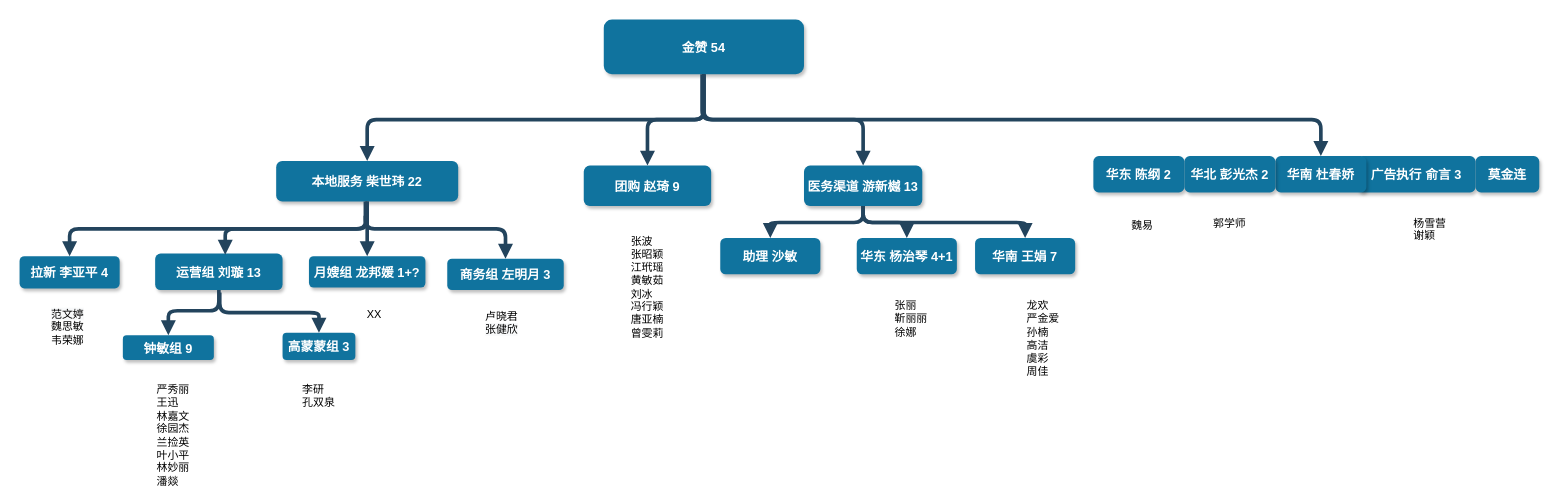
wholehope/diagram keeps this draw.io diagram as page "辣妈帮" (1 of 2) of reorg-2021Feb.drawio. Above is the earlier version. Source tidied: cells renumbered, new cells numbered last; positions are measured from the earlier drawing's top-left corner, leaving out a move shared by most shapes. Both pictures are drawn from the tidied source at 91%, with x=0, y=0 at pixel (19, 19).
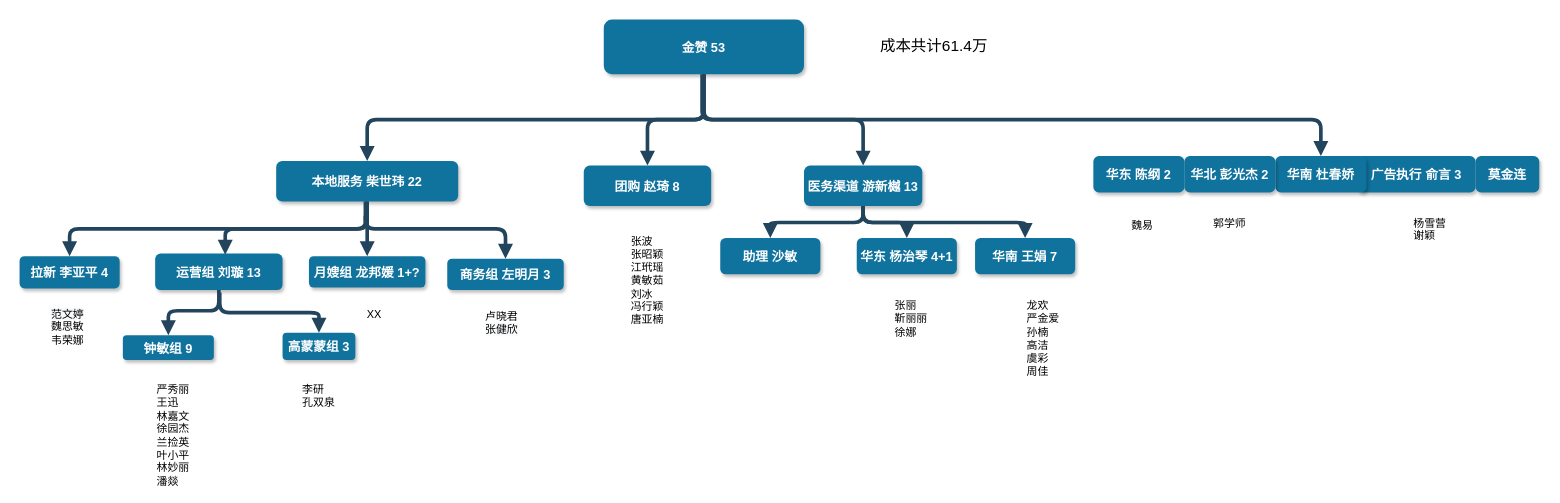
After the change.

Change to the diagram source:
```diff
@@
-    <mxCell id="2" value="金赞 54" style="rounded=1;fillColor=#10739E;strokeColor=none;shadow=1;gradientColor=none;fontStyle=1;fontColor=#FFFFFF;fontSize=14;" parent="1" vertex="1">
+    <mxCell id="2" value="金赞 53" style="rounded=1;fillColor=#10739E;strokeColor=none;shadow=1;gradientColor=none;fontStyle=1;fontColor=#FFFFFF;fontSize=14;" parent="1" vertex="1">
       <mxGeometry x="642" width="220" height="60" as="geometry" />
     </mxCell>
@@
-    <mxCell id="4" value="团购 赵琦 9" style="rounded=1;fillColor=#10739E;strokeColor=none;shadow=1;gradientColor=none;fontStyle=1;fontColor=#FFFFFF;fontSize=14;" parent="1" vertex="1">
+    <mxCell id="4" value="团购 赵琦 8" style="rounded=1;fillColor=#10739E;strokeColor=none;shadow=1;gradientColor=none;fontStyle=1;fontColor=#FFFFFF;fontSize=14;" parent="1" vertex="1">
       <mxGeometry x="620" y="160.5" width="140" height="44.5" as="geometry" />
     </mxCell>
@@
-    <mxCell id="29" value="张波&lt;br&gt;张昭颖&lt;br&gt;江玳瑶&lt;br&gt;黄敏茹&lt;br&gt;刘冰&lt;br&gt;冯行颖&lt;br&gt;唐亚楠&lt;br&gt;曾雯莉" style="text;whiteSpace=wrap;html=1;" parent="1" vertex="1">
-      <mxGeometry x="670" y="229.6" width="50" height="110" as="geometry" />
+    <mxCell id="29" value="张波&lt;br&gt;张昭颖&lt;br&gt;江玳瑶&lt;br&gt;黄敏茹&lt;br&gt;刘冰&lt;br&gt;冯行颖&lt;br&gt;唐亚楠" style="text;whiteSpace=wrap;html=1;" parent="1" vertex="1">
+      <mxGeometry x="670" y="229.6" width="50" height="110.4" as="geometry" />
     </mxCell>
@@
+    <mxCell id="44" value="成本共计61.4万" style="text;html=1;strokeColor=none;fillColor=none;align=center;verticalAlign=middle;whiteSpace=wrap;rounded=0;strokeWidth=6;fontSize=17;" parent="1" vertex="1">
+      <mxGeometry x="910" y="20" width="190" height="20" as="geometry" />
+    </mxCell>
```
